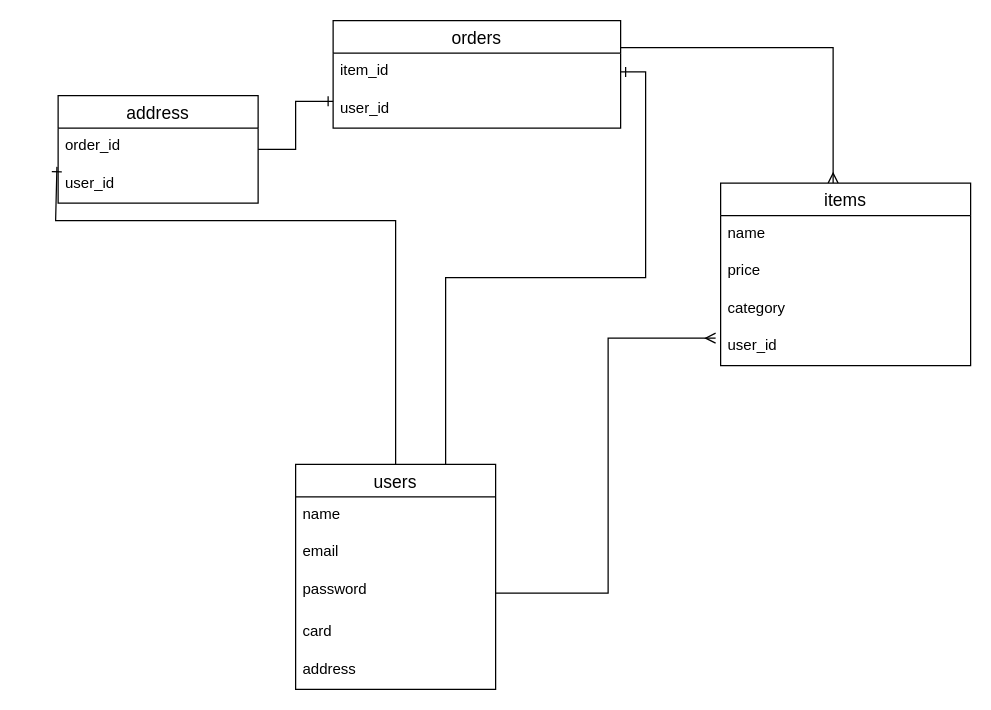
Above: furima.dio in satoba-30/furima-35031 (draw.io), before the change. Source tidied: cells renumbered, new cells numbered last; positions are measured from the earlier drawing's top-left corner, leaving out a move shared by most shapes. Both pictures are drawn from the tidied source at 125%, with x=0, y=0 at pixel (55, 20).
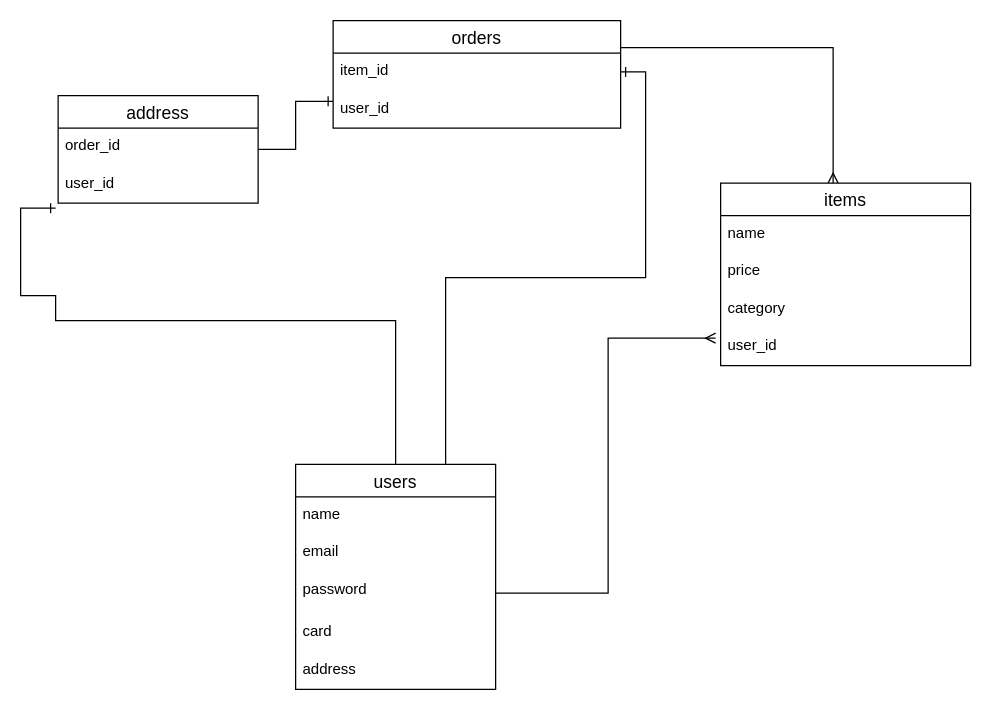
After the change.

Commit message (it also covers changes not shown here):
データベース設計　修正

The change refers to these unchanged cells:
```xml
<mxCell id="4" value="users" style="swimlane;fontStyle=0;horizontal=1;startSize=26;align=center;fontSize=14;" parent="1" vertex="1">
  <mxGeometry x="192" y="355" width="160" height="180" as="geometry" />
</mxCell>
<mxCell id="22" value="user_id" style="text;strokeColor=none;fillColor=none;spacingLeft=4;spacingRight=4;overflow=hidden;points=[[0,0.5],[1,0.5]];portConstraint=eastwest;fontSize=12;" parent="20" vertex="1">
  <mxGeometry y="56" width="160" height="30" as="geometry" />
</mxCell>
```

Change to the diagram source:
```diff
@@
-    <mxCell id="2" style="edgeStyle=orthogonalEdgeStyle;rounded=0;jettySize=auto;html=1;endArrow=ERone;endFill=0;entryX=-0.006;entryY=0.033;entryDx=0;entryDy=0;entryPerimeter=0;" parent="1" edge="1" source="4" target="22">
+    <mxCell id="2" style="edgeStyle=orthogonalEdgeStyle;rounded=0;jettySize=auto;html=1;endArrow=ERone;endFill=0;" parent="1" edge="1" source="4">
       <mxGeometry relative="1" as="geometry">
+        <mxPoint y="150" as="targetPoint" />
         <Array as="points">
-          <mxPoint x="272" y="160" />
-          <mxPoint y="160" />
+          <mxPoint x="272" y="240" />
+          <mxPoint y="240" />
+          <mxPoint y="220" />
+          <mxPoint x="-28" y="220" />
+          <mxPoint x="-28" y="150" />
         </Array>
       </mxGeometry>
     </mxCell>
```
